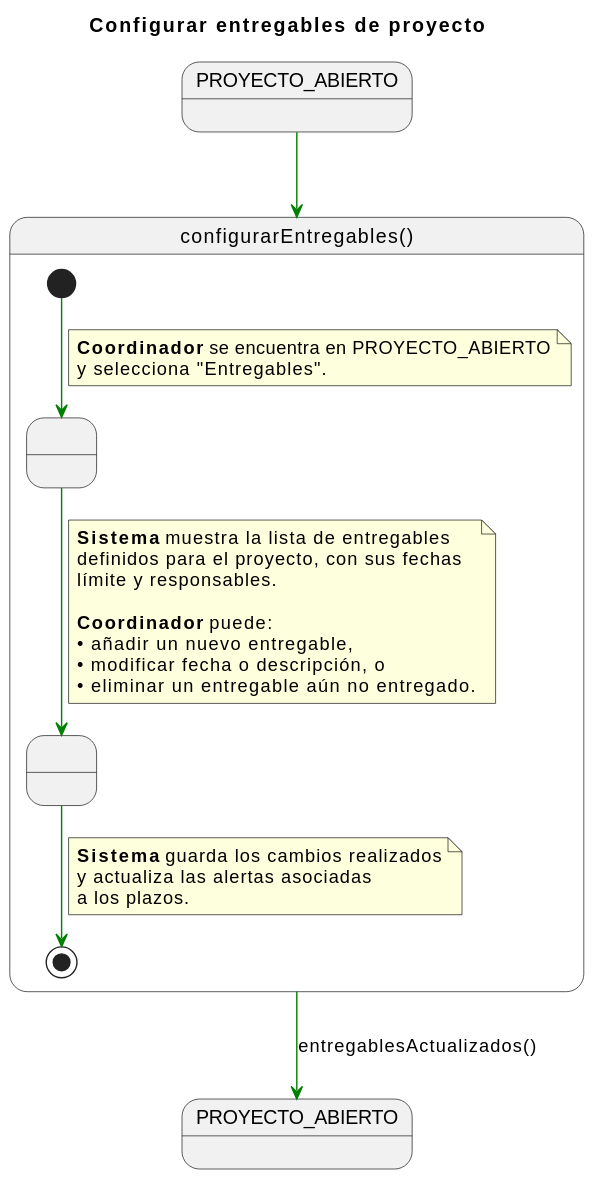
Before: documents/CasosDeUso/DetalladoCasosDeUso/Coordinador/configurarEntregables().svg, a diagram exported from PlantUML (31Diego/25-26-IdSw1-SdR).
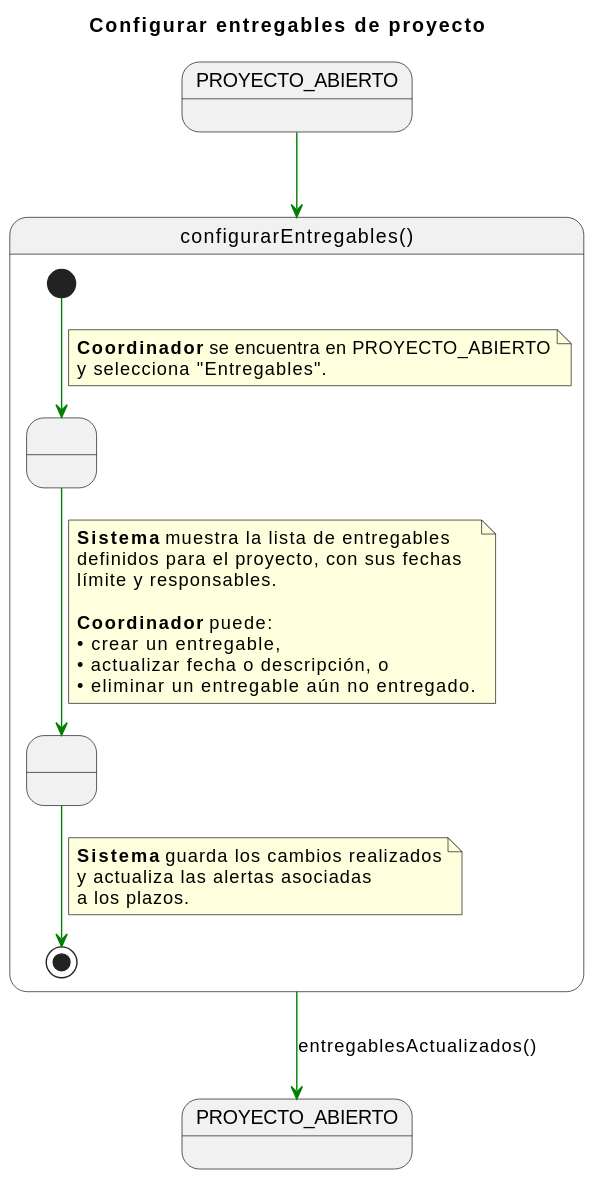
Above is the later version.

The edit, as a diff of the source:
```diff
@@ -9,28 +9,28 @@
 
 state configurarEntregables as "configurarEntregables()" {
 
-    state " " as VerListaEntregables
-    state " " as EditarEntregables
+    state " " as ConsultarListaEntregables
+    state " " as ActualizarEntregables
 
-    [*] -[#green]-> VerListaEntregables
+    [*] -[#green]-> ConsultarListaEntregables
     note on link
     <b>Coordinador</b> se encuentra en PROYECTO_ABIERTO
     y selecciona "Entregables".
     end note
 
-    VerListaEntregables -[#green]-> EditarEntregables
+    ConsultarListaEntregables -[#green]-> ActualizarEntregables
     note on link
     <b>Sistema</b> muestra la lista de entregables
     definidos para el proyecto, con sus fechas
     límite y responsables.
 
     <b>Coordinador</b> puede:
-    • añadir un nuevo entregable,
-    • modificar fecha o descripción, o
+    • crear un entregable,
+    • actualizar fecha o descripción, o
     • eliminar un entregable aún no entregado.
     end note
 
-    EditarEntregables -[#green]-> [*]
+    ActualizarEntregables -[#green]-> [*]
     note on link
     <b>Sistema</b> guarda los cambios realizados
     y actualiza las alertas asociadas
```
